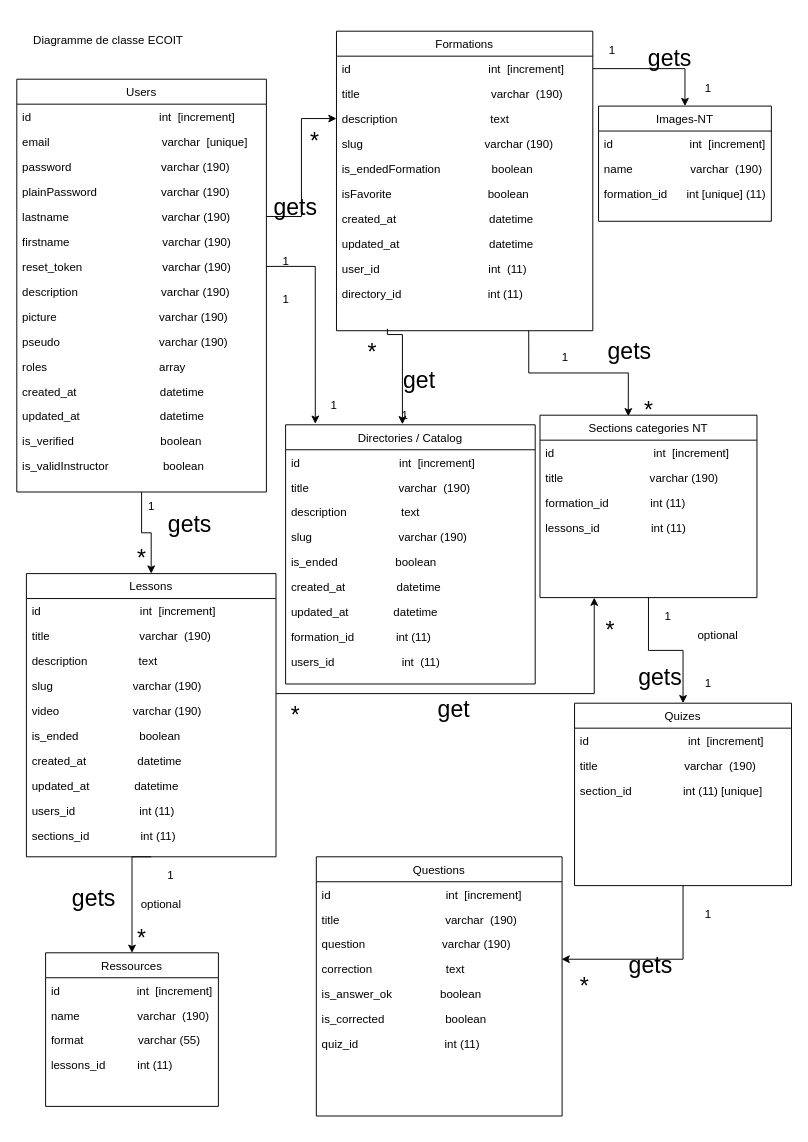
This is ECO IT/diag_de_classe_ecoit.drawio from cyrisa02/diagrammes-UML, a draw.io file, before an edit. Source tidied: cells renumbered, new cells numbered last; positions are measured from the earlier drawing's top-left corner, leaving out a move shared by most shapes. Both pictures are drawn from the tidied source at 96%, with x=0, y=0 at pixel (16, 16).
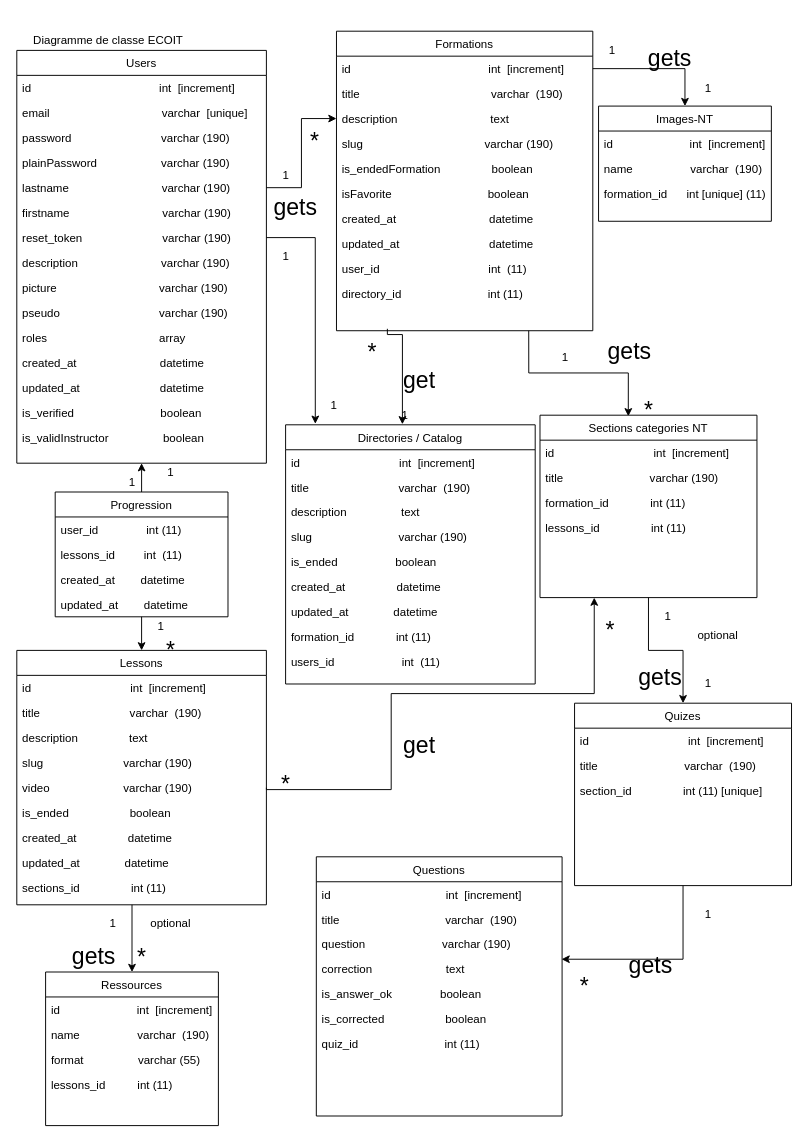
The same diagram, later.

Unchanged cells that the change refers to:
```xml
<mxCell id="33" value="Sections categories NT" style="swimlane;fontStyle=0;align=center;verticalAlign=top;horizontal=1;startSize=26;rounded=0;shadow=0;strokeWidth=1;" parent="1" vertex="1">
  <mxGeometry x="545" y="415" width="226" height="190" as="geometry" />
</mxCell>
<mxCell id="44" value="video                       varchar (190)" style="text;align=left;verticalAlign=top;spacingLeft=4;spacingRight=4;overflow=hidden;points=[[0,0.5],[1,0.5]];portConstraint=eastwest;" parent="39" vertex="1">
  <mxGeometry y="130" width="260" height="26" as="geometry" />
</mxCell>
```

Change to the diagram source:
```diff
@@
-    <mxCell id="2" style="edgeStyle=orthogonalEdgeStyle;rounded=0;jettySize=auto;html=1;exitX=0.5;exitY=1;exitDx=0;exitDy=0;entryX=0.5;entryY=0;entryDx=0;entryDy=0;" parent="1" edge="1" source="3" target="39">
-      <mxGeometry relative="1" as="geometry" />
-    </mxCell>
     <mxCell id="3" value="Users" style="swimlane;fontStyle=0;align=center;verticalAlign=top;horizontal=1;startSize=26;rounded=0;shadow=0;strokeWidth=1;" parent="1" vertex="1">
-      <mxGeometry y="65" width="260" height="430" as="geometry" />
+      <mxGeometry y="35" width="260" height="430" as="geometry" />
     </mxCell>
@@
-    <mxCell id="38" style="edgeStyle=orthogonalEdgeStyle;rounded=0;jettySize=auto;html=1;exitX=0.5;exitY=1;exitDx=0;exitDy=0;entryX=0.5;entryY=0;entryDx=0;entryDy=0;" parent="1" edge="1" source="39" target="60">
+    <mxCell id="38" style="edgeStyle=orthogonalEdgeStyle;rounded=0;jettySize=auto;html=1;entryX=0.5;entryY=0;entryDx=0;entryDy=0;" parent="1" edge="1" target="60">
       <mxGeometry relative="1" as="geometry">
+        <mxPoint x="120" y="925" as="sourcePoint" />
         <Array as="points">
-          <mxPoint x="120" y="875" />
+          <mxPoint x="120" y="945" />
         </Array>
       </mxGeometry>
     </mxCell>
     <mxCell id="39" value="Lessons" style="swimlane;fontStyle=0;align=center;verticalAlign=top;horizontal=1;startSize=26;rounded=0;shadow=0;strokeWidth=1;" parent="1" vertex="1">
-      <mxGeometry x="10" y="580" width="260" height="295" as="geometry" />
+      <mxGeometry y="660" width="260" height="265" as="geometry" />
     </mxCell>
@@
-    <mxCell id="48" value="users_id                    int (11)" style="text;align=left;verticalAlign=top;spacingLeft=4;spacingRight=4;overflow=hidden;" parent="39" vertex="1">
-      <mxGeometry y="234" width="260" height="26" as="geometry" />
-    </mxCell>
     <mxCell id="49" value="sections_id                int (11)" style="text;align=left;verticalAlign=top;spacingLeft=4;spacingRight=4;overflow=hidden;" parent="39" vertex="1">
-      <mxGeometry y="260" width="260" height="26" as="geometry" />
+      <mxGeometry y="234" width="260" height="26" as="geometry" />
     </mxCell>
@@
-    <mxCell id="59" style="edgeStyle=orthogonalEdgeStyle;rounded=0;jettySize=auto;html=1;entryX=0.25;entryY=1;entryDx=0;entryDy=0;" parent="1" edge="1" target="33">
+    <mxCell id="59" style="edgeStyle=orthogonalEdgeStyle;rounded=0;jettySize=auto;html=1;entryX=0.25;entryY=1;entryDx=0;entryDy=0;exitX=1;exitY=0.5;exitDx=0;exitDy=0;" parent="1" edge="1" source="44" target="33">
       <mxGeometry relative="1" as="geometry">
-        <mxPoint x="270" y="705" as="sourcePoint" />
         <Array as="points">
+          <mxPoint x="260" y="805" />
+          <mxPoint x="390" y="805" />
+          <mxPoint x="390" y="705" />
           <mxPoint x="602" y="705" />
         </Array>
       </mxGeometry>
     </mxCell>
     <mxCell id="60" value="Ressources" style="swimlane;fontStyle=0;align=center;verticalAlign=top;horizontal=1;startSize=26;rounded=0;shadow=0;strokeWidth=1;" parent="1" vertex="1">
-      <mxGeometry x="30" y="975" width="180" height="160" as="geometry" />
+      <mxGeometry x="30" y="995" width="180" height="160" as="geometry" />
     </mxCell>
@@
     <mxCell id="65" value="optional" style="text;html=1;align=center;verticalAlign=middle;fillColor=none;strokeColor=none;rounded=0;" parent="1" vertex="1">
-      <mxGeometry x="120" y="915" width="60" height="20" as="geometry" />
+      <mxGeometry x="130" y="935" width="60" height="20" as="geometry" />
     </mxCell>
@@
     <mxCell id="91" value="1" style="text;html=1;align=center;verticalAlign=middle;fillColor=none;strokeColor=none;rounded=0;" parent="1" vertex="1">
-      <mxGeometry x="270" y="245" width="20" height="20" as="geometry" />
+      <mxGeometry x="270" y="155" width="20" height="20" as="geometry" />
     </mxCell>
@@
     <mxCell id="97" value="*" style="text;html=1;align=center;verticalAlign=middle;fillColor=none;strokeColor=none;rounded=0;fontSize=24;" parent="1" vertex="1">
-      <mxGeometry x="280" y="712.5" width="20" height="30" as="geometry" />
+      <mxGeometry x="270" y="785" width="20" height="30" as="geometry" />
     </mxCell>
-    <mxCell id="98" value="1" style="text;html=1;align=center;verticalAlign=middle;fillColor=none;strokeColor=none;rounded=0;" parent="1" vertex="1">
-      <mxGeometry x="130" y="500" width="20" height="20" as="geometry" />
-    </mxCell>
-    <mxCell id="99" value="*" style="text;html=1;align=center;verticalAlign=middle;fillColor=none;strokeColor=none;rounded=0;fontSize=24;" parent="1" vertex="1">
-      <mxGeometry x="120" y="550" width="20" height="30" as="geometry" />
-    </mxCell>
@@
     <mxCell id="102" value="1" style="text;html=1;align=center;verticalAlign=middle;fillColor=none;strokeColor=none;rounded=0;" parent="1" vertex="1">
-      <mxGeometry x="150" y="885" width="20" height="20" as="geometry" />
+      <mxGeometry x="90" y="935" width="20" height="20" as="geometry" />
     </mxCell>
     <mxCell id="103" value="*" style="text;html=1;align=center;verticalAlign=middle;fillColor=none;strokeColor=none;rounded=0;fontSize=24;" parent="1" vertex="1">
-      <mxGeometry x="120" y="945" width="20" height="30" as="geometry" />
+      <mxGeometry x="120" y="965" width="20" height="30" as="geometry" />
     </mxCell>
@@
     <mxCell id="109" value="&lt;font style=&quot;font-size: 24px;&quot;&gt;get&lt;/font&gt;" style="text;html=1;align=center;verticalAlign=middle;fillColor=none;strokeColor=none;rounded=0;fontSize=48;" parent="1" vertex="1">
-      <mxGeometry x="430" y="677.5" width="50" height="70" as="geometry" />
+      <mxGeometry x="394" y="715" width="50" height="70" as="geometry" />
     </mxCell>
-    <mxCell id="110" value="&lt;font style=&quot;font-size: 24px;&quot;&gt;get&lt;/font&gt;&lt;font style=&quot;font-size: 24px;&quot;&gt;s&lt;/font&gt;" style="text;html=1;align=center;verticalAlign=middle;fillColor=none;strokeColor=none;rounded=0;fontSize=48;" parent="1" vertex="1">
-      <mxGeometry x="150" y="485" width="60" height="70" as="geometry" />
-    </mxCell>
     <mxCell id="111" value="&lt;font style=&quot;font-size: 24px;&quot;&gt;get&lt;/font&gt;&lt;font style=&quot;font-size: 24px;&quot;&gt;s&lt;/font&gt;" style="text;html=1;align=center;verticalAlign=middle;fillColor=none;strokeColor=none;rounded=0;fontSize=48;" parent="1" vertex="1">
-      <mxGeometry x="50" y="875" width="60" height="70" as="geometry" />
+      <mxGeometry x="50" y="935" width="60" height="70" as="geometry" />
     </mxCell>
@@
     <mxCell id="115" value="1" style="text;html=1;align=center;verticalAlign=middle;fillColor=none;strokeColor=none;rounded=0;" parent="1" vertex="1">
-      <mxGeometry x="270" y="285" width="20" height="20" as="geometry" />
+      <mxGeometry x="270" y="240" width="20" height="20" as="geometry" />
     </mxCell>
@@
+    <mxCell id="118" style="edgeStyle=orthogonalEdgeStyle;rounded=0;jettySize=auto;html=1;exitX=0.5;exitY=0;exitDx=0;exitDy=0;entryX=0.5;entryY=1;entryDx=0;entryDy=0;" parent="1" edge="1" source="120" target="3">
+      <mxGeometry relative="1" as="geometry" />
+    </mxCell>
+    <mxCell id="119" style="edgeStyle=orthogonalEdgeStyle;rounded=0;jettySize=auto;html=1;exitX=0.5;exitY=1;exitDx=0;exitDy=0;entryX=0.5;entryY=0;entryDx=0;entryDy=0;" parent="1" edge="1" source="120" target="39">
+      <mxGeometry relative="1" as="geometry" />
+    </mxCell>
+    <mxCell id="120" value="Progression" style="swimlane;fontStyle=0;align=center;verticalAlign=top;horizontal=1;startSize=26;rounded=0;shadow=0;strokeWidth=1;" parent="1" vertex="1">
+      <mxGeometry x="40" y="495" width="180" height="130" as="geometry" />
+    </mxCell>
+    <mxCell id="121" value="user_id               int (11)" style="text;align=left;verticalAlign=top;spacingLeft=4;spacingRight=4;overflow=hidden;" parent="120" vertex="1">
+      <mxGeometry y="26" width="180" height="26" as="geometry" />
+    </mxCell>
+    <mxCell id="122" value="lessons_id         int  (11)" style="text;align=left;verticalAlign=top;spacingLeft=4;spacingRight=4;overflow=hidden;" parent="120" vertex="1">
+      <mxGeometry y="52" width="180" height="26" as="geometry" />
+    </mxCell>
+    <mxCell id="123" value="created_at        datetime" style="text;align=left;verticalAlign=top;spacingLeft=4;spacingRight=4;overflow=hidden;" parent="120" vertex="1">
+      <mxGeometry y="78" width="180" height="26" as="geometry" />
+    </mxCell>
+    <mxCell id="124" value="updated_at        datetime" style="text;align=left;verticalAlign=top;spacingLeft=4;spacingRight=4;overflow=hidden;" parent="120" vertex="1">
+      <mxGeometry y="104" width="180" height="26" as="geometry" />
+    </mxCell>
+    <mxCell id="125" value="1" style="text;html=1;align=center;verticalAlign=middle;fillColor=none;strokeColor=none;rounded=0;" parent="1" vertex="1">
+      <mxGeometry x="150" y="465" width="20" height="20" as="geometry" />
+    </mxCell>
+    <mxCell id="126" value="1" style="text;html=1;align=center;verticalAlign=middle;fillColor=none;strokeColor=none;rounded=0;" parent="1" vertex="1">
+      <mxGeometry x="110" y="475" width="20" height="20" as="geometry" />
+    </mxCell>
+    <mxCell id="127" value="1" style="text;html=1;align=center;verticalAlign=middle;fillColor=none;strokeColor=none;rounded=0;" parent="1" vertex="1">
+      <mxGeometry x="140" y="625" width="20" height="20" as="geometry" />
+    </mxCell>
+    <mxCell id="99" value="*" style="text;html=1;align=center;verticalAlign=middle;fillColor=none;strokeColor=none;rounded=0;fontSize=24;" parent="1" vertex="1">
+      <mxGeometry x="150" y="645" width="20" height="30" as="geometry" />
+    </mxCell>
```
